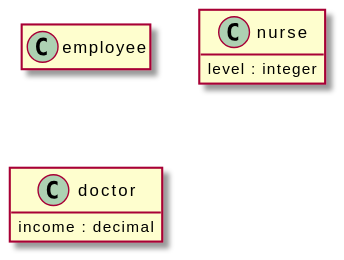
The PlantUML diagram src/docs/tests/one-of-property-level.puml.svg in davidmoten/openapi-to-plantuml, before a commit.
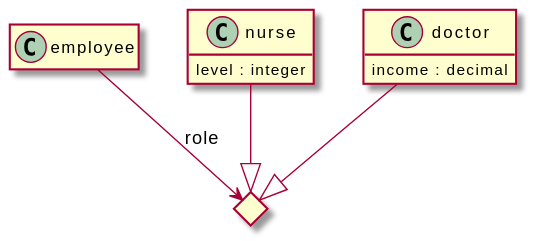
The same file after the commit.

Diff of the diagram source:
```diff
@@ -15,4 +15,12 @@
   income : decimal
 }
 
+diamond anon1
+
+"employee" --> "anon1" : role
+
+"doctor" --|> "anon1"
+
+"nurse" --|> "anon1"
+
 @enduml
```
